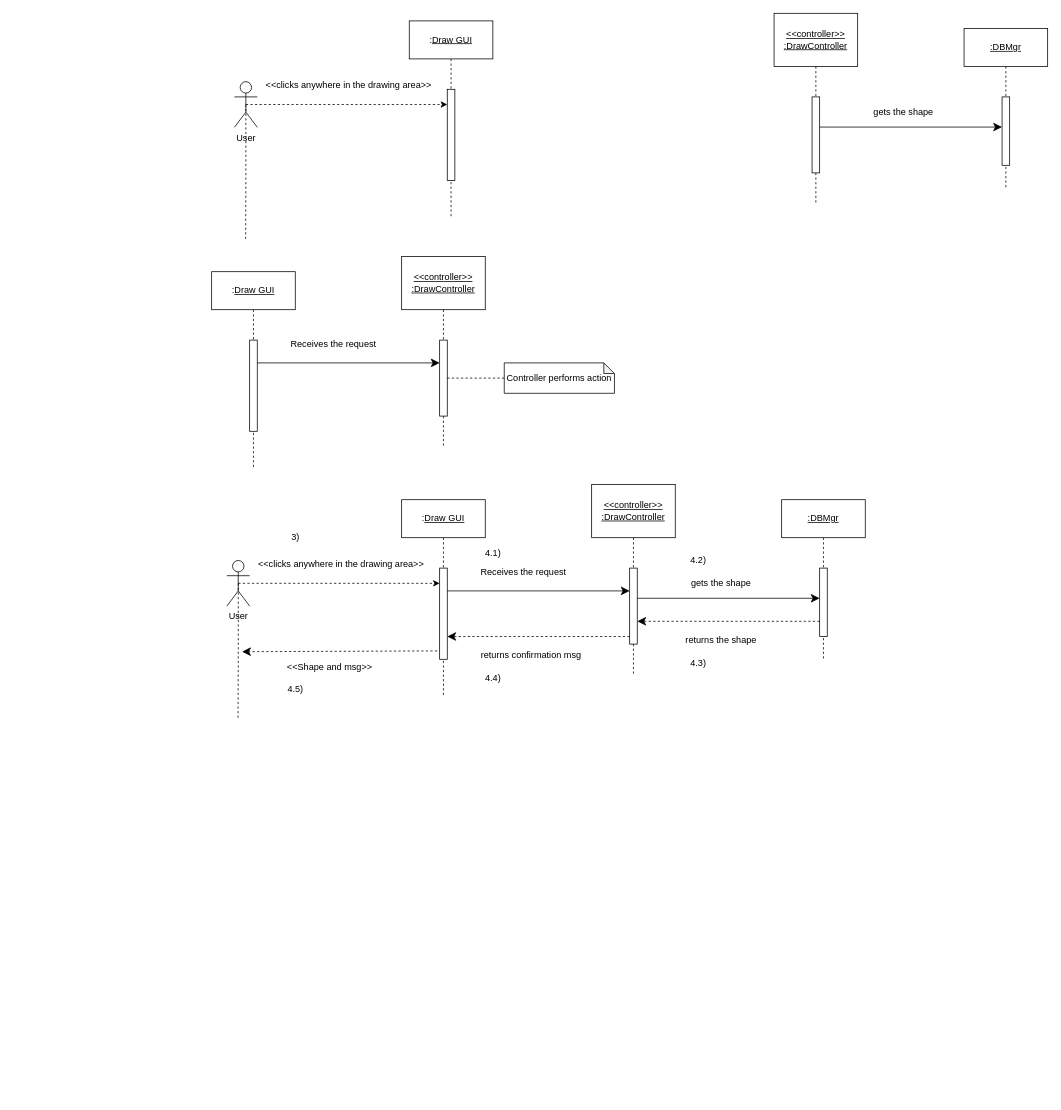
Above: SoftwarePattern.drawio in VoHoAnhTuan/Diagrams (draw.io), before the change. Source tidied: cells renumbered, new cells numbered last; positions are measured from the earlier drawing's top-left corner, leaving out a move shared by most shapes. Both pictures are drawn from the tidied source at 76%, with x=0, y=0 at pixel (211, 13).
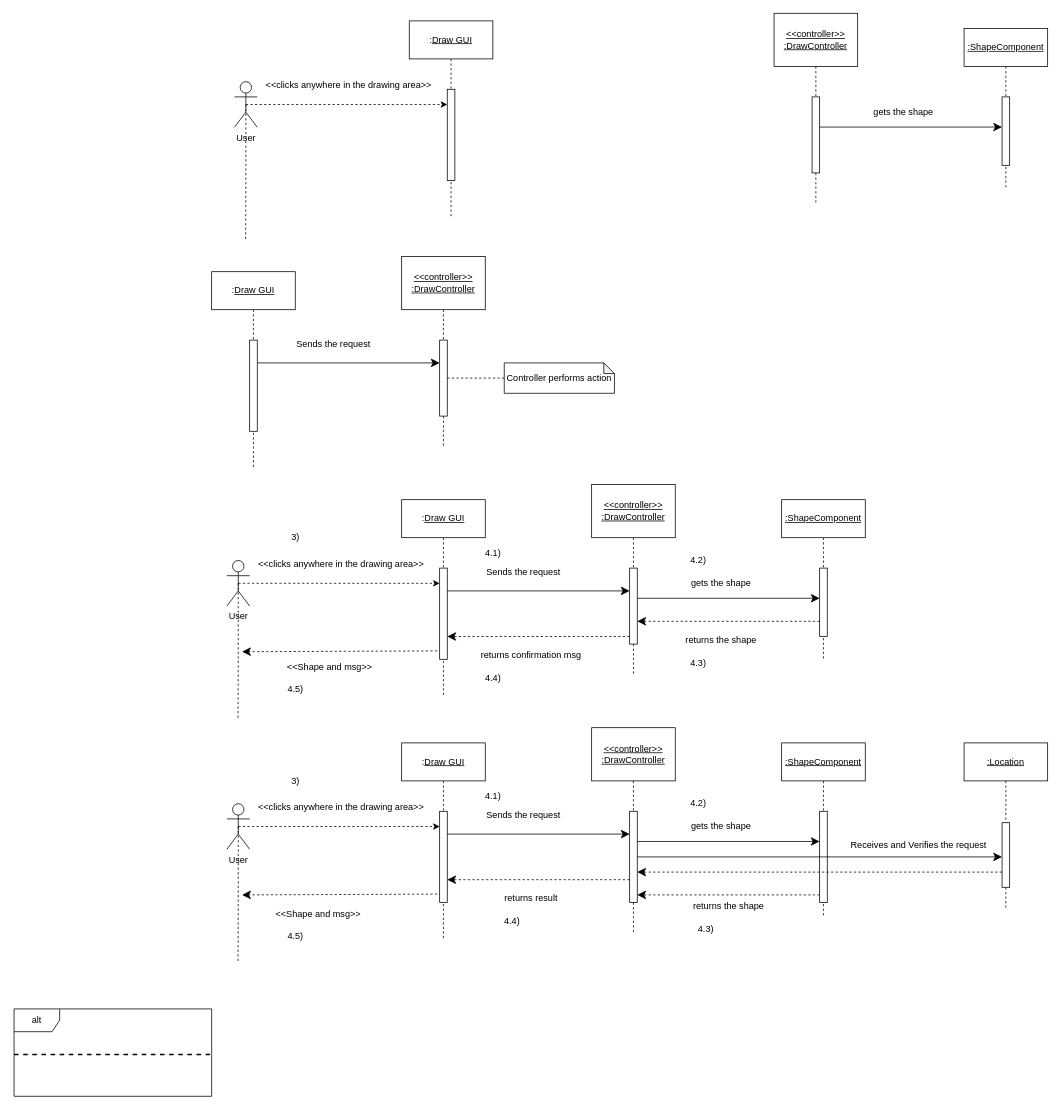
The same diagram, later.

What changed in the source:
```diff
@@
-    <mxCell id="13" value="&lt;u&gt;:DBMgr&lt;/u&gt;" style="html=1;whiteSpace=wrap;" parent="1" vertex="1">
+    <mxCell id="13" value="&lt;u&gt;:ShapeComponent&lt;/u&gt;" style="html=1;whiteSpace=wrap;" parent="1" vertex="1">
       <mxGeometry x="750" y="640" width="110" height="50" as="geometry" />
     </mxCell>
@@
-    <mxCell id="22" value="Receives the request" style="text;html=1;align=center;verticalAlign=middle;strokeColor=none;fillColor=none;" parent="1" vertex="1">
-      <mxGeometry x="340" y="720" width="140" height="30" as="geometry" />
+    <mxCell id="22" value="Sends the request" style="text;html=1;align=center;verticalAlign=middle;strokeColor=none;fillColor=none;" parent="1" vertex="1">
+      <mxGeometry x="350" y="720" width="120" height="30" as="geometry" />
     </mxCell>
@@
-    <mxCell id="41" value="Receives the request" style="text;html=1;align=center;verticalAlign=middle;strokeColor=none;fillColor=none;" parent="1" vertex="1">
-      <mxGeometry x="90" y="420" width="140" height="30" as="geometry" />
+    <mxCell id="41" value="Sends the request" style="text;html=1;align=center;verticalAlign=middle;strokeColor=none;fillColor=none;" parent="1" vertex="1">
+      <mxGeometry x="100" y="420" width="120" height="30" as="geometry" />
     </mxCell>
@@
-    <mxCell id="48" value="&lt;u&gt;:DBMgr&lt;/u&gt;" style="html=1;whiteSpace=wrap;" parent="1" vertex="1">
+    <mxCell id="48" value="&lt;u&gt;:ShapeComponent&lt;/u&gt;" style="html=1;whiteSpace=wrap;" parent="1" vertex="1">
       <mxGeometry x="990" y="20" width="110" height="50" as="geometry" />
     </mxCell>
@@
+    <mxCell id="59" style="edgeStyle=orthogonalEdgeStyle;rounded=0;jettySize=auto;html=1;exitX=0.5;exitY=0.5;exitDx=0;exitDy=0;exitPerimeter=0;endArrow=none;endFill=0;dashed=1;" parent="1" edge="1" source="62">
+      <mxGeometry relative="1" as="geometry">
+        <mxPoint x="34.7" y="1250" as="targetPoint" />
+      </mxGeometry>
+    </mxCell>
+    <mxCell id="60" style="edgeStyle=orthogonalEdgeStyle;rounded=0;jettySize=auto;html=1;exitX=0.5;exitY=1;exitDx=0;exitDy=0;endArrow=none;endFill=0;dashed=1;" parent="1" edge="1" source="70">
+      <mxGeometry relative="1" as="geometry">
+        <mxPoint x="805" y="1190" as="targetPoint" />
+      </mxGeometry>
+    </mxCell>
+    <mxCell id="61" style="edgeStyle=orthogonalEdgeStyle;rounded=0;jettySize=auto;html=1;exitX=0.5;exitY=0.5;exitDx=0;exitDy=0;exitPerimeter=0;dashed=1;entryX=0;entryY=0.167;entryDx=0;entryDy=0;entryPerimeter=0;" parent="1" edge="1" source="62" target="65">
+      <mxGeometry relative="1" as="geometry" />
+    </mxCell>
+    <mxCell id="62" value="User" style="shape=umlActor;verticalLabelPosition=bottom;verticalAlign=top;html=1;fontStyle=0;" parent="1" vertex="1">
+      <mxGeometry x="20" y="1040" width="30" height="60" as="geometry" />
+    </mxCell>
+    <mxCell id="63" style="edgeStyle=orthogonalEdgeStyle;rounded=0;jettySize=auto;html=1;exitX=0.5;exitY=1;exitDx=0;exitDy=0;dashed=1;endArrow=none;endFill=0;" parent="1" edge="1" source="64">
+      <mxGeometry relative="1" as="geometry">
+        <mxPoint x="305" y="1220" as="targetPoint" />
+      </mxGeometry>
+    </mxCell>
+    <mxCell id="64" value=":&lt;u&gt;Draw GUI&lt;/u&gt;" style="html=1;whiteSpace=wrap;" parent="1" vertex="1">
+      <mxGeometry x="250" y="960" width="110" height="50" as="geometry" />
+    </mxCell>
+    <mxCell id="65" style="html=1;points=[];perimeter=orthogonalPerimeter;outlineConnect=0;targetShapes=umlLifeline;portConstraint=eastwest;newEdgeStyle={&quot;edgeStyle&quot;:&quot;elbowEdgeStyle&quot;,&quot;elbow&quot;:&quot;vertical&quot;,&quot;curved&quot;:0,&quot;rounded&quot;:0};" parent="1" vertex="1">
+      <mxGeometry x="300" y="1050" width="10" height="120" as="geometry" />
+    </mxCell>
+    <mxCell id="66" style="html=1;perimeter=orthogonalPerimeter;targetShapes=umlLifeline;newEdgeStyle={&quot;edgeStyle&quot;:&quot;elbowEdgeStyle&quot;,&quot;elbow&quot;:&quot;vertical&quot;,&quot;curved&quot;:0,&quot;rounded&quot;:0};" parent="1" vertex="1">
+      <mxGeometry x="800" y="1050" width="10" height="120" as="geometry" />
+    </mxCell>
+    <mxCell id="67" value="&amp;lt;&amp;lt;clicks anywhere in the drawing area&amp;gt;&amp;gt;" style="text;html=1;align=center;verticalAlign=middle;strokeColor=none;fillColor=none;" parent="1" vertex="1">
+      <mxGeometry x="50" y="1030" width="240" height="30" as="geometry" />
+    </mxCell>
+    <mxCell id="68" style="edgeStyle=orthogonalEdgeStyle;rounded=0;jettySize=auto;html=1;exitX=0.5;exitY=1;exitDx=0;exitDy=0;endArrow=none;endFill=0;dashed=1;startArrow=none;" parent="1" edge="1" source="72">
+      <mxGeometry relative="1" as="geometry">
+        <mxPoint x="555" y="1210" as="targetPoint" />
+      </mxGeometry>
+    </mxCell>
+    <mxCell id="69" value="&lt;div&gt;&lt;u&gt;&amp;lt;&amp;lt;controller&amp;gt;&amp;gt;&lt;/u&gt;&lt;/div&gt;&lt;div&gt;&lt;u&gt;:DrawController&lt;/u&gt;&lt;/div&gt;" style="html=1;whiteSpace=wrap;" parent="1" vertex="1">
+      <mxGeometry x="500" y="940" width="110" height="70" as="geometry" />
+    </mxCell>
+    <mxCell id="70" value="&lt;u&gt;:ShapeComponent&lt;/u&gt;" style="html=1;whiteSpace=wrap;" parent="1" vertex="1">
+      <mxGeometry x="750" y="960" width="110" height="50" as="geometry" />
+    </mxCell>
+    <mxCell id="71" style="edgeStyle=orthogonalEdgeStyle;rounded=0;jettySize=auto;html=1;exitX=0.5;exitY=1;exitDx=0;exitDy=0;endArrow=none;endFill=0;dashed=1;" parent="1" edge="1" source="69" target="72">
+      <mxGeometry relative="1" as="geometry">
+        <Array as="points">
+          <mxPoint x="555" y="1060" />
+          <mxPoint x="555" y="1060" />
+        </Array>
+      </mxGeometry>
+    </mxCell>
+    <mxCell id="72" style="html=1;points=[];perimeter=orthogonalPerimeter;outlineConnect=0;targetShapes=umlLifeline;portConstraint=eastwest;newEdgeStyle={&quot;edgeStyle&quot;:&quot;elbowEdgeStyle&quot;,&quot;elbow&quot;:&quot;vertical&quot;,&quot;curved&quot;:0,&quot;rounded&quot;:0};" parent="1" vertex="1">
+      <mxGeometry x="550" y="1050" width="10" height="120" as="geometry" />
+    </mxCell>
+    <mxCell id="73" style="endArrow=classic;endFill=1;endSize=9;html=1;rounded=0;" parent="1" edge="1" target="72">
+      <mxGeometry relative="1" as="geometry">
+        <mxPoint x="310" y="1080" as="sourcePoint" />
+      </mxGeometry>
+    </mxCell>
+    <mxCell id="74" style="endArrow=classic;endFill=1;endSize=9;html=1;rounded=0;" parent="1" edge="1">
+      <mxGeometry relative="1" as="geometry">
+        <mxPoint x="560" y="1089.7" as="sourcePoint" />
+        <mxPoint x="800" y="1089.7" as="targetPoint" />
+      </mxGeometry>
+    </mxCell>
+    <mxCell id="75" style="endArrow=classic;endFill=1;endSize=9;html=1;rounded=0;dashed=1;" parent="1" edge="1">
+      <mxGeometry relative="1" as="geometry">
+        <mxPoint x="800" y="1160" as="sourcePoint" />
+        <mxPoint x="560" y="1160" as="targetPoint" />
+      </mxGeometry>
+    </mxCell>
+    <mxCell id="76" style="endArrow=classic;endFill=1;endSize=9;html=1;rounded=0;dashed=1;" parent="1" edge="1">
+      <mxGeometry relative="1" as="geometry">
+        <mxPoint x="550" y="1140" as="sourcePoint" />
+        <mxPoint x="310" y="1140" as="targetPoint" />
+      </mxGeometry>
+    </mxCell>
+    <mxCell id="77" style="endArrow=classic;endFill=1;endSize=9;html=1;rounded=0;dashed=1;exitX=-0.321;exitY=0.908;exitDx=0;exitDy=0;exitPerimeter=0;" parent="1" edge="1" source="65">
+      <mxGeometry relative="1" as="geometry">
+        <mxPoint x="40" y="1160" as="targetPoint" />
+      </mxGeometry>
+    </mxCell>
+    <mxCell id="78" value="&amp;lt;&amp;lt;Shape and msg&amp;gt;&amp;gt;" style="text;html=1;align=center;verticalAlign=middle;strokeColor=none;fillColor=none;" parent="1" vertex="1">
+      <mxGeometry x="70" y="1170" width="140" height="30" as="geometry" />
+    </mxCell>
+    <mxCell id="79" value="Sends the request" style="text;html=1;align=center;verticalAlign=middle;strokeColor=none;fillColor=none;" parent="1" vertex="1">
+      <mxGeometry x="350" y="1040" width="120" height="30" as="geometry" />
+    </mxCell>
+    <mxCell id="80" value="gets the shape" style="text;html=1;align=center;verticalAlign=middle;strokeColor=none;fillColor=none;" parent="1" vertex="1">
+      <mxGeometry x="620" y="1055" width="100" height="30" as="geometry" />
+    </mxCell>
+    <mxCell id="81" value="returns the shape" style="text;html=1;align=center;verticalAlign=middle;strokeColor=none;fillColor=none;" parent="1" vertex="1">
+      <mxGeometry x="620" y="1160" width="120" height="30" as="geometry" />
+    </mxCell>
+    <mxCell id="82" value="returns result" style="text;html=1;align=center;verticalAlign=middle;strokeColor=none;fillColor=none;" parent="1" vertex="1">
+      <mxGeometry x="375" y="1150" width="90" height="30" as="geometry" />
+    </mxCell>
+    <mxCell id="83" value="3)" style="text;html=1;align=center;verticalAlign=middle;strokeColor=none;fillColor=none;" parent="1" vertex="1">
+      <mxGeometry x="95" y="995" width="30" height="30" as="geometry" />
+    </mxCell>
+    <mxCell id="84" value="4.1)" style="text;html=1;align=center;verticalAlign=middle;strokeColor=none;fillColor=none;" parent="1" vertex="1">
+      <mxGeometry x="350" y="1015" width="40" height="30" as="geometry" />
+    </mxCell>
+    <mxCell id="85" value="4.2)" style="text;html=1;align=center;verticalAlign=middle;strokeColor=none;fillColor=none;" parent="1" vertex="1">
+      <mxGeometry x="620" y="1025" width="40" height="30" as="geometry" />
+    </mxCell>
+    <mxCell id="86" value="4.3)" style="text;html=1;align=center;verticalAlign=middle;strokeColor=none;fillColor=none;" parent="1" vertex="1">
+      <mxGeometry x="630" y="1190" width="40" height="30" as="geometry" />
+    </mxCell>
+    <mxCell id="87" value="4.4)" style="text;html=1;align=center;verticalAlign=middle;strokeColor=none;fillColor=none;" parent="1" vertex="1">
+      <mxGeometry x="375" y="1180" width="40" height="30" as="geometry" />
+    </mxCell>
+    <mxCell id="88" value="4.5)" style="text;html=1;align=center;verticalAlign=middle;strokeColor=none;fillColor=none;" parent="1" vertex="1">
+      <mxGeometry x="90" y="1200" width="40" height="30" as="geometry" />
+    </mxCell>
+    <mxCell id="89" style="edgeStyle=orthogonalEdgeStyle;rounded=0;jettySize=auto;html=1;exitX=0.5;exitY=1;exitDx=0;exitDy=0;dashed=1;endArrow=none;endFill=0;startArrow=none;" parent="1" edge="1" source="92">
+      <mxGeometry relative="1" as="geometry">
+        <mxPoint x="1045" y="1180" as="targetPoint" />
+      </mxGeometry>
+    </mxCell>
+    <mxCell id="90" value="&lt;u&gt;:Location&lt;/u&gt;" style="html=1;whiteSpace=wrap;" parent="1" vertex="1">
+      <mxGeometry x="990" y="960" width="110" height="50" as="geometry" />
+    </mxCell>
+    <mxCell id="91" style="edgeStyle=orthogonalEdgeStyle;rounded=0;jettySize=auto;html=1;exitX=0.5;exitY=1;exitDx=0;exitDy=0;dashed=1;endArrow=none;endFill=0;" parent="1" edge="1" source="90" target="92">
+      <mxGeometry relative="1" as="geometry">
+        <Array as="points">
+          <mxPoint x="1045" y="1130" />
+        </Array>
+      </mxGeometry>
+    </mxCell>
+    <mxCell id="92" style="html=1;points=[];perimeter=orthogonalPerimeter;outlineConnect=0;targetShapes=umlLifeline;portConstraint=eastwest;newEdgeStyle={&quot;edgeStyle&quot;:&quot;elbowEdgeStyle&quot;,&quot;elbow&quot;:&quot;vertical&quot;,&quot;curved&quot;:0,&quot;rounded&quot;:0};" parent="1" vertex="1">
+      <mxGeometry x="1040" y="1065" width="10" height="85" as="geometry" />
+    </mxCell>
+    <mxCell id="93" style="endArrow=classic;endFill=1;endSize=9;html=1;rounded=0;" parent="1" edge="1" target="92">
+      <mxGeometry relative="1" as="geometry">
+        <mxPoint x="560" y="1110" as="sourcePoint" />
+      </mxGeometry>
+    </mxCell>
+    <mxCell id="94" value="Receives and Verifies the request" style="text;html=1;align=center;verticalAlign=middle;strokeColor=none;fillColor=none;" parent="1" vertex="1">
+      <mxGeometry x="830" y="1080" width="200" height="30" as="geometry" />
+    </mxCell>
+    <mxCell id="95" value="alt" style="shape=umlFrame;whiteSpace=wrap;html=1;" parent="1" vertex="1">
+      <mxGeometry x="-260" y="1310" width="260" height="115" as="geometry" />
+    </mxCell>
+    <mxCell id="96" style="endArrow=none;dashed=1;endFill=0;endSize=12;html=1;rounded=0;strokeWidth=2;entryX=1;entryY=0.522;entryDx=0;entryDy=0;entryPerimeter=0;" parent="1" edge="1" target="95">
+      <mxGeometry relative="1" as="geometry">
+        <mxPoint x="-260" y="1370" as="sourcePoint" />
+      </mxGeometry>
+    </mxCell>
+    <mxCell id="97" style="endArrow=classic;endFill=1;endSize=9;html=1;rounded=0;dashed=1;" parent="1" edge="1" target="72">
+      <mxGeometry relative="1" as="geometry">
+        <mxPoint x="1040" y="1130" as="sourcePoint" />
+      </mxGeometry>
+    </mxCell>
```
